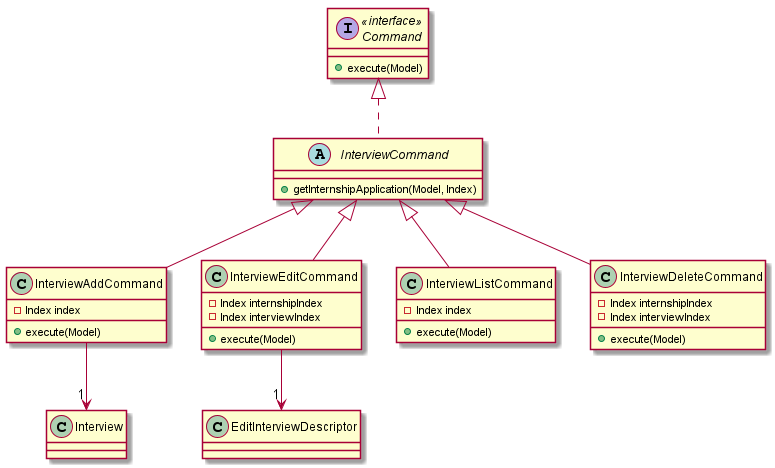
Earlier version of the PlantUML export images/InterviewCommandClassDiagram.png (AY1920S2-CS2103T-F10-2/main).
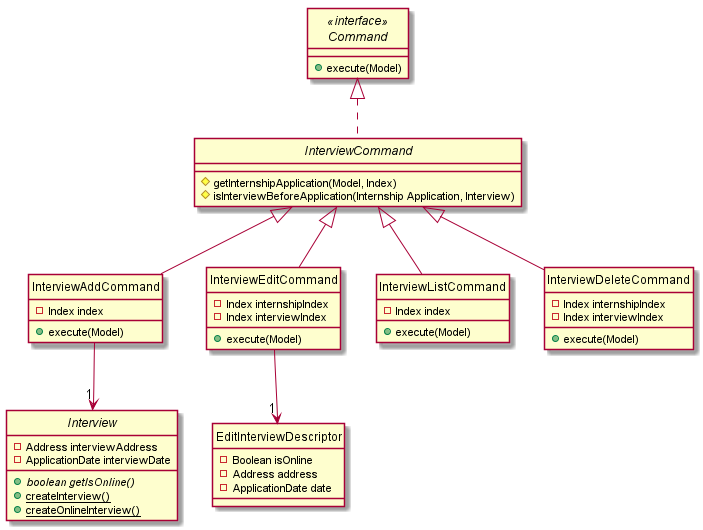
The same file after the commit.

Diff of the diagram source:
```diff
@@ -1,11 +1,14 @@
 @startuml
+
+hide circle
 
 interface Command <<interface>> {
 + execute(Model)
 }
 
 abstract class InterviewCommand {
-+ getInternshipApplication(Model, Index)
+# getInternshipApplication(Model, Index)
+# isInterviewBeforeApplication(Internship Application, Interview)
 }
 
 class InterviewAddCommand {
@@ -30,6 +33,20 @@
 + execute(Model)
 }
 
+abstract class Interview {
+- Address interviewAddress
+- ApplicationDate interviewDate
++ {abstract} boolean getIsOnline()
++ {static} createInterview()
++ {static} createOnlineInterview()
+}
+
+class EditInterviewDescriptor {
+- Boolean isOnline
+- Address address
+- ApplicationDate date
+}
+
 Command <|.. InterviewCommand
 InterviewCommand <|-- InterviewAddCommand
 InterviewCommand <|-- InterviewEditCommand
```
